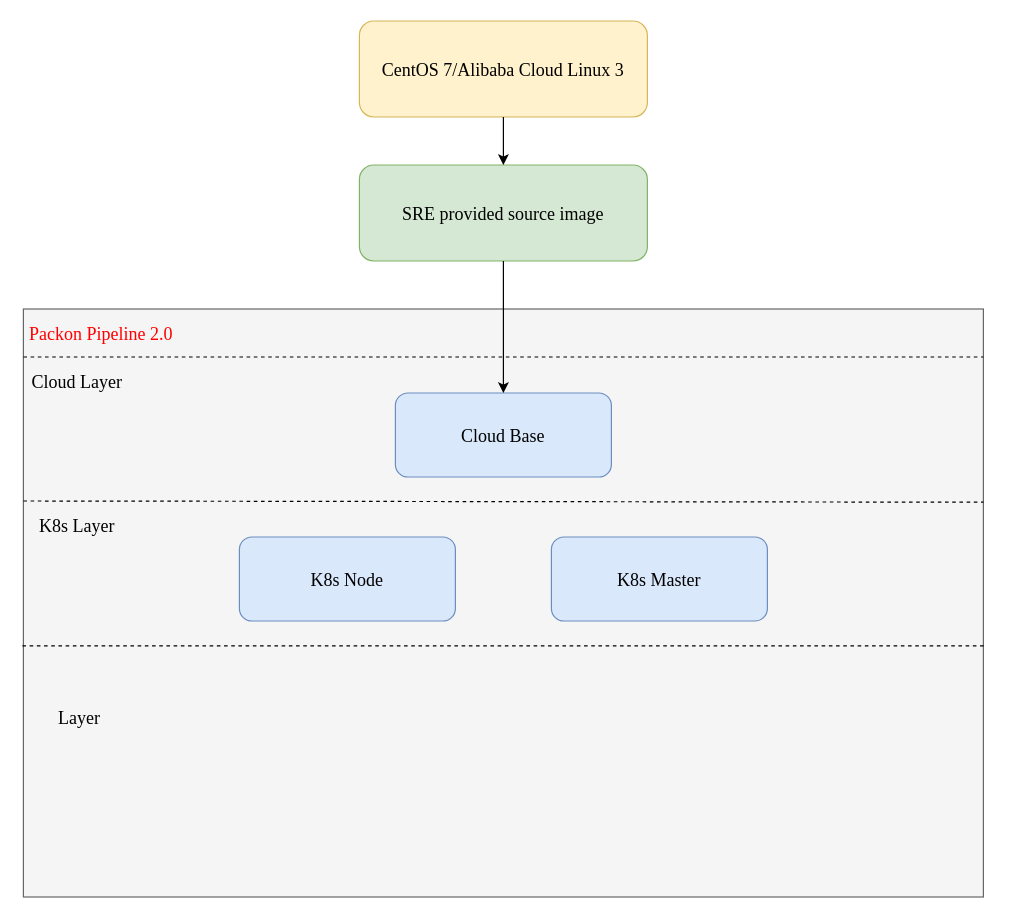
YanshanSong/draw.io keeps this draw.io diagram as packon-image-division-rule.drawio. Above is the earlier version. Source tidied: cells renumbered, new cells numbered last; positions are measured from the earlier drawing's top-left corner, leaving out a move shared by most shapes. Both pictures are drawn from the tidied source at 120%, with x=0, y=0 at pixel (23, 20).
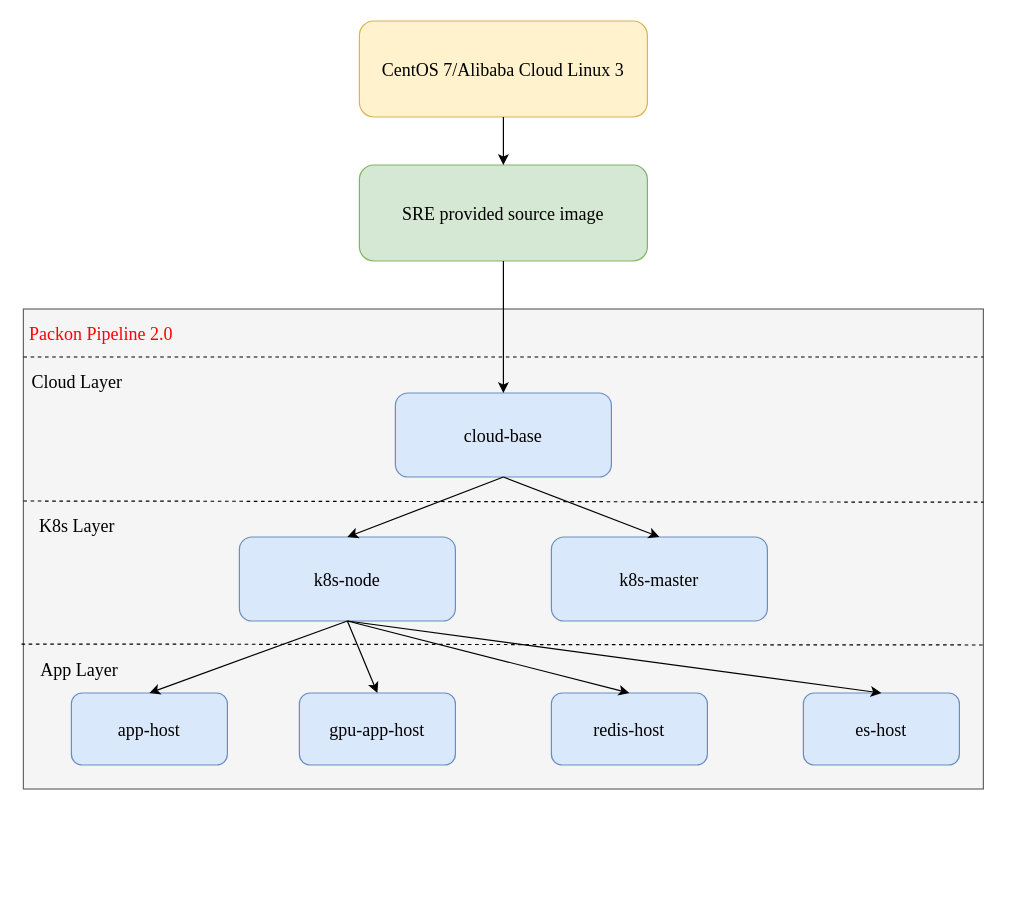
Above is the later version.

The edit, as a diff of the source:
```diff
@@
     <mxCell id="4" style="rounded=0;whiteSpace=wrap;html=1;fillColor=#f5f5f5;fontColor=#333333;strokeColor=#666666;fontFamily=Times New Roman;" parent="1" vertex="1">
-      <mxGeometry y="240" width="800" height="490" as="geometry" />
+      <mxGeometry y="240" width="800" height="400" as="geometry" />
     </mxCell>
@@
-    <mxCell id="7" value="Cloud Base" style="rounded=1;whiteSpace=wrap;html=1;fontFamily=Times New Roman;fontSize=15;fillColor=#dae8fc;strokeColor=#6c8ebf;" parent="1" vertex="1">
+    <mxCell id="7" value="cloud-base" style="rounded=1;whiteSpace=wrap;html=1;fontFamily=Times New Roman;fontSize=15;fillColor=#dae8fc;strokeColor=#6c8ebf;" parent="1" vertex="1">
       <mxGeometry x="310" y="310" width="180" height="70" as="geometry" />
     </mxCell>
@@
-    <mxCell id="12" value="K8s Node" style="rounded=1;whiteSpace=wrap;html=1;fontFamily=Times New Roman;fontSize=15;fillColor=#dae8fc;strokeColor=#6c8ebf;" parent="1" vertex="1">
+    <mxCell id="12" value="k8s-node" style="rounded=1;whiteSpace=wrap;html=1;fontFamily=Times New Roman;fontSize=15;fillColor=#dae8fc;strokeColor=#6c8ebf;" parent="1" vertex="1">
       <mxGeometry x="180" y="430" width="180" height="70" as="geometry" />
     </mxCell>
-    <mxCell id="13" value="K8s Master" style="rounded=1;whiteSpace=wrap;html=1;fontFamily=Times New Roman;fontSize=15;fillColor=#dae8fc;strokeColor=#6c8ebf;" parent="1" vertex="1">
+    <mxCell id="13" value="k8s-master" style="rounded=1;whiteSpace=wrap;html=1;fontFamily=Times New Roman;fontSize=15;fillColor=#dae8fc;strokeColor=#6c8ebf;" parent="1" vertex="1">
       <mxGeometry x="440" y="430" width="180" height="70" as="geometry" />
     </mxCell>
-    <mxCell id="14" style="endArrow=none;html=1;rounded=0;dashed=1;entryX=1.004;entryY=0.573;entryDx=0;entryDy=0;entryPerimeter=0;exitX=-0.001;exitY=0.573;exitDx=0;exitDy=0;exitPerimeter=0;" parent="1" edge="1" source="4" target="4">
+    <mxCell id="14" style="endArrow=none;html=1;rounded=0;dashed=1;entryX=1.003;entryY=0.7;entryDx=0;entryDy=0;entryPerimeter=0;exitX=-0.002;exitY=0.698;exitDx=0;exitDy=0;exitPerimeter=0;" parent="1" edge="1" source="4" target="4">
       <mxGeometry relative="1" as="geometry" />
     </mxCell>
-    <mxCell id="15" value="&amp;nbsp;Layer" style="text;html=1;strokeColor=none;fillColor=none;align=center;verticalAlign=middle;whiteSpace=wrap;rounded=0;fontSize=15;fontFamily=Times New Roman;" parent="1" vertex="1">
-      <mxGeometry y="560" width="90" height="40" as="geometry" />
+    <mxCell id="15" value="&amp;nbsp;App Layer" style="text;html=1;strokeColor=none;fillColor=none;align=center;verticalAlign=middle;whiteSpace=wrap;rounded=0;fontSize=15;fontFamily=Times New Roman;" parent="1" vertex="1">
+      <mxGeometry y="520" width="90" height="40" as="geometry" />
     </mxCell>
@@
+    <mxCell id="17" value="app-host" style="rounded=1;whiteSpace=wrap;html=1;fontFamily=Times New Roman;fontSize=15;fillColor=#dae8fc;strokeColor=#6c8ebf;" parent="1" vertex="1">
+      <mxGeometry x="40" y="560" width="130" height="60" as="geometry" />
+    </mxCell>
+    <mxCell id="18" value="gpu-app-host" style="rounded=1;whiteSpace=wrap;html=1;fontFamily=Times New Roman;fontSize=15;fillColor=#dae8fc;strokeColor=#6c8ebf;" parent="1" vertex="1">
+      <mxGeometry x="230" y="560" width="130" height="60" as="geometry" />
+    </mxCell>
+    <mxCell id="19" value="redis-host" style="rounded=1;whiteSpace=wrap;html=1;fontFamily=Times New Roman;fontSize=15;fillColor=#dae8fc;strokeColor=#6c8ebf;" parent="1" vertex="1">
+      <mxGeometry x="440" y="560" width="130" height="60" as="geometry" />
+    </mxCell>
+    <mxCell id="20" value="es-host" style="rounded=1;whiteSpace=wrap;html=1;fontFamily=Times New Roman;fontSize=15;fillColor=#dae8fc;strokeColor=#6c8ebf;" parent="1" vertex="1">
+      <mxGeometry x="650" y="560" width="130" height="60" as="geometry" />
+    </mxCell>
+    <mxCell id="21" style="endArrow=classic;html=1;rounded=0;exitX=0.5;exitY=1;exitDx=0;exitDy=0;entryX=0.5;entryY=0;entryDx=0;entryDy=0;fontFamily=Times New Roman;" parent="1" edge="1" source="7" target="12">
+      <mxGeometry relative="1" as="geometry" />
+    </mxCell>
+    <mxCell id="22" style="endArrow=classic;html=1;rounded=0;exitX=0.5;exitY=1;exitDx=0;exitDy=0;entryX=0.5;entryY=0;entryDx=0;entryDy=0;fontFamily=Times New Roman;" parent="1" edge="1" source="7" target="13">
+      <mxGeometry relative="1" as="geometry" />
+    </mxCell>
+    <mxCell id="23" style="endArrow=classic;html=1;rounded=0;exitX=0.5;exitY=1;exitDx=0;exitDy=0;entryX=0.5;entryY=0;entryDx=0;entryDy=0;fontFamily=Times New Roman;" parent="1" edge="1" source="12" target="17">
+      <mxGeometry relative="1" as="geometry" />
+    </mxCell>
+    <mxCell id="24" style="endArrow=classic;html=1;rounded=0;exitX=0.5;exitY=1;exitDx=0;exitDy=0;entryX=0.5;entryY=0;entryDx=0;entryDy=0;fontFamily=Times New Roman;" parent="1" edge="1" source="12" target="18">
+      <mxGeometry relative="1" as="geometry" />
+    </mxCell>
+    <mxCell id="25" style="endArrow=classic;html=1;rounded=0;exitX=0.5;exitY=1;exitDx=0;exitDy=0;entryX=0.5;entryY=0;entryDx=0;entryDy=0;fontFamily=Times New Roman;" parent="1" edge="1" source="12" target="19">
+      <mxGeometry relative="1" as="geometry" />
+    </mxCell>
+    <mxCell id="26" style="endArrow=classic;html=1;rounded=0;entryX=0.5;entryY=0;entryDx=0;entryDy=0;fontFamily=Times New Roman;" parent="1" edge="1" target="20">
+      <mxGeometry relative="1" as="geometry">
+        <mxPoint x="270" y="500" as="sourcePoint" />
+      </mxGeometry>
+    </mxCell>
```
